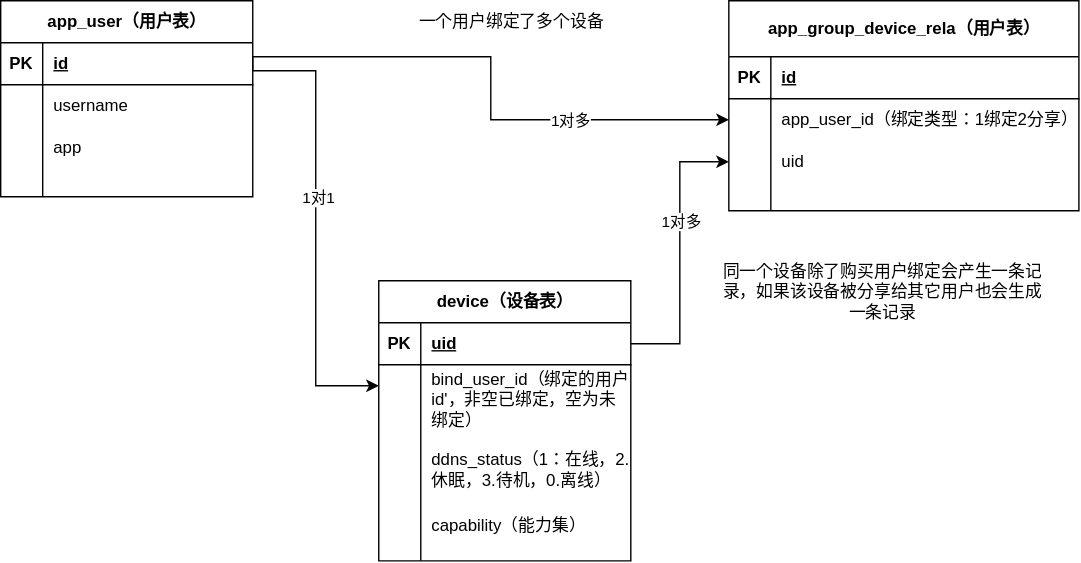
Above: database/1-用户设备关系ER.drawio.svg in LiuXinStrive/ChaoWei (draw.io), before the change. Source tidied: cells renumbered, new cells last; positions are measured from the earlier drawing's top-left corner, leaving out a move shared by most shapes.
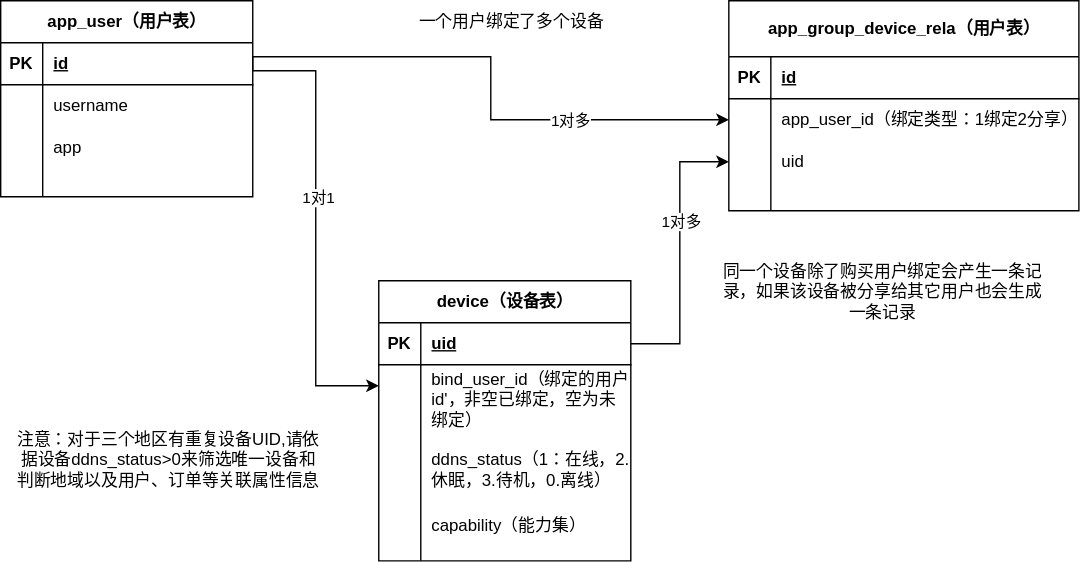
Later version of the same file.

Commit message:
更新1-用户设备关系ER.drawio.svg

What changed in the source:
```diff
@@ -160,5 +160,8 @@
     <mxCell id="49" value="一个用户绑定了多个设备" style="text;html=1;whiteSpace=wrap;strokeColor=none;fillColor=none;align=center;verticalAlign=middle;rounded=0;" parent="1" vertex="1">
       <mxGeometry x="290" width="150" height="30" as="geometry" />
     </mxCell>
+    <mxCell id="50" value="注意：对于三个地区有重复设备UID,请依据设备ddns_status&amp;gt;0来筛选唯一设备和判断地域以及用户、订单等关联属性信息" style="text;html=1;whiteSpace=wrap;strokeColor=none;fillColor=none;align=center;verticalAlign=middle;rounded=0;" parent="1" vertex="1">
+      <mxGeometry x="10" y="290" width="220" height="75" as="geometry" />
+    </mxCell>
   </root>
 </mxGraphModel>
```
